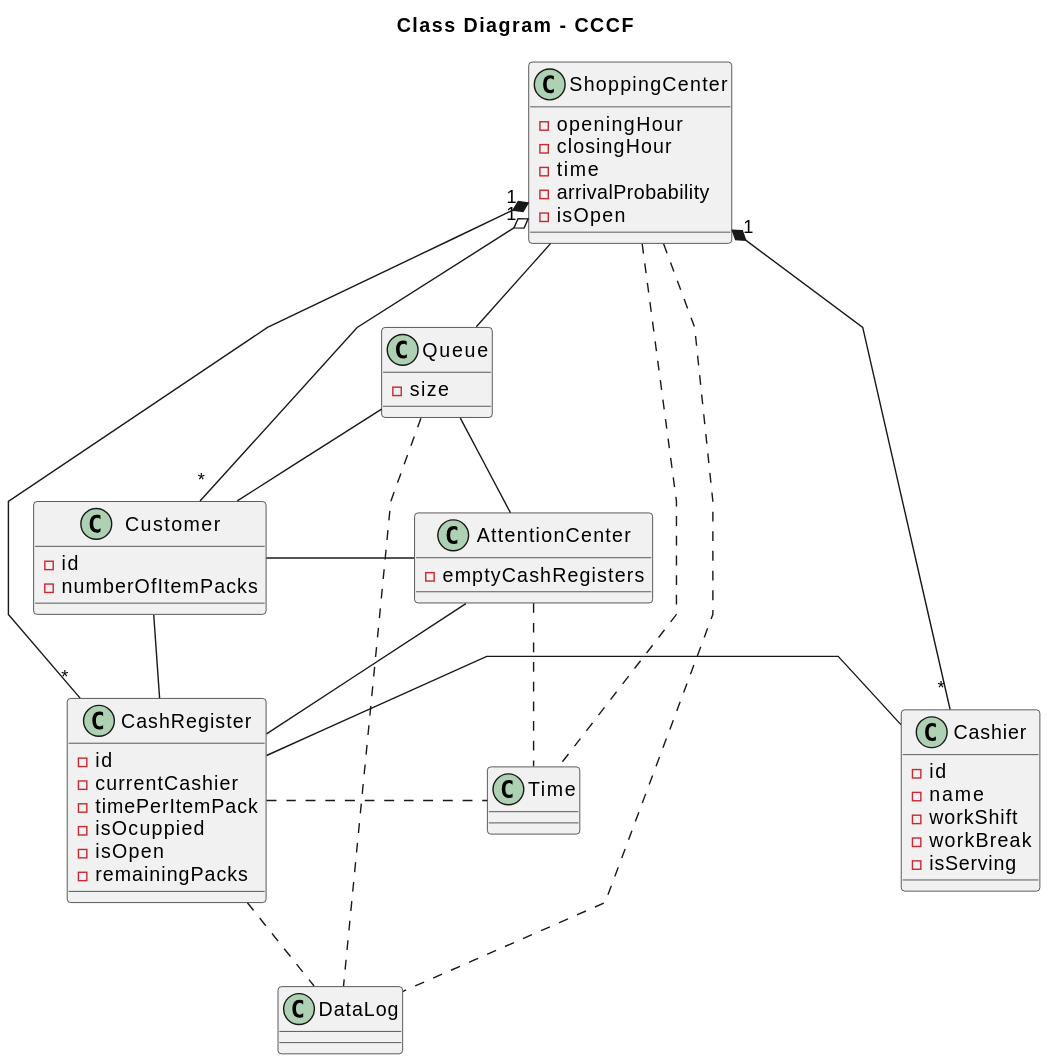
Above: images/modelosUML/diagramaClases.svg in mmasias/23-24-IdSw2-SDD (PlantUML), before the change.
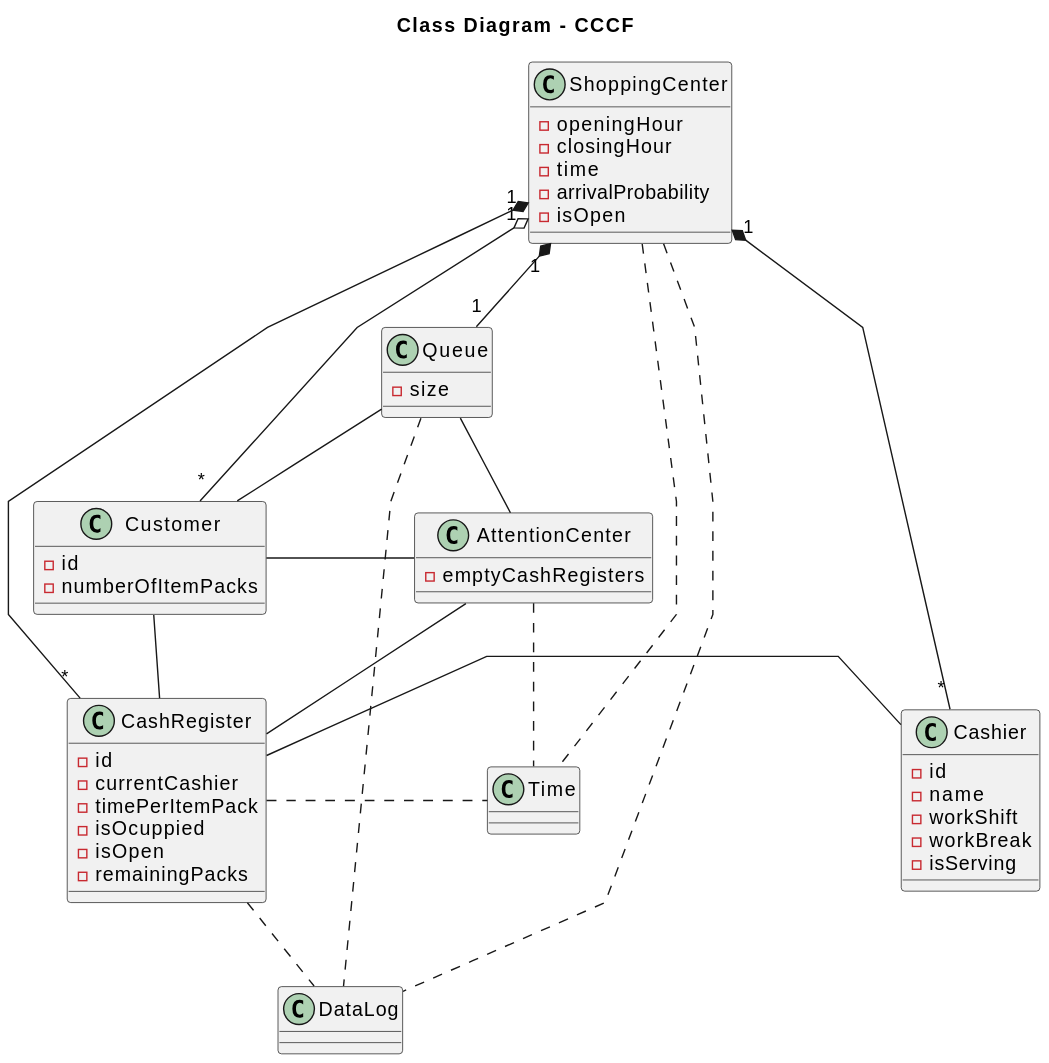
The same file after the commit.

Commit message:
correccion diagrama clases

Change to the diagram source:
```diff
@@ -50,7 +50,7 @@
 }
 
 
-ShoppingCenter -- Queue
+ShoppingCenter "1" *-- "1" Queue
 ShoppingCenter "1" o-- "*" Customer
 ShoppingCenter "1" *-- "*" Cashier
 ShoppingCenter "1" *-- "*" CashRegister
```
